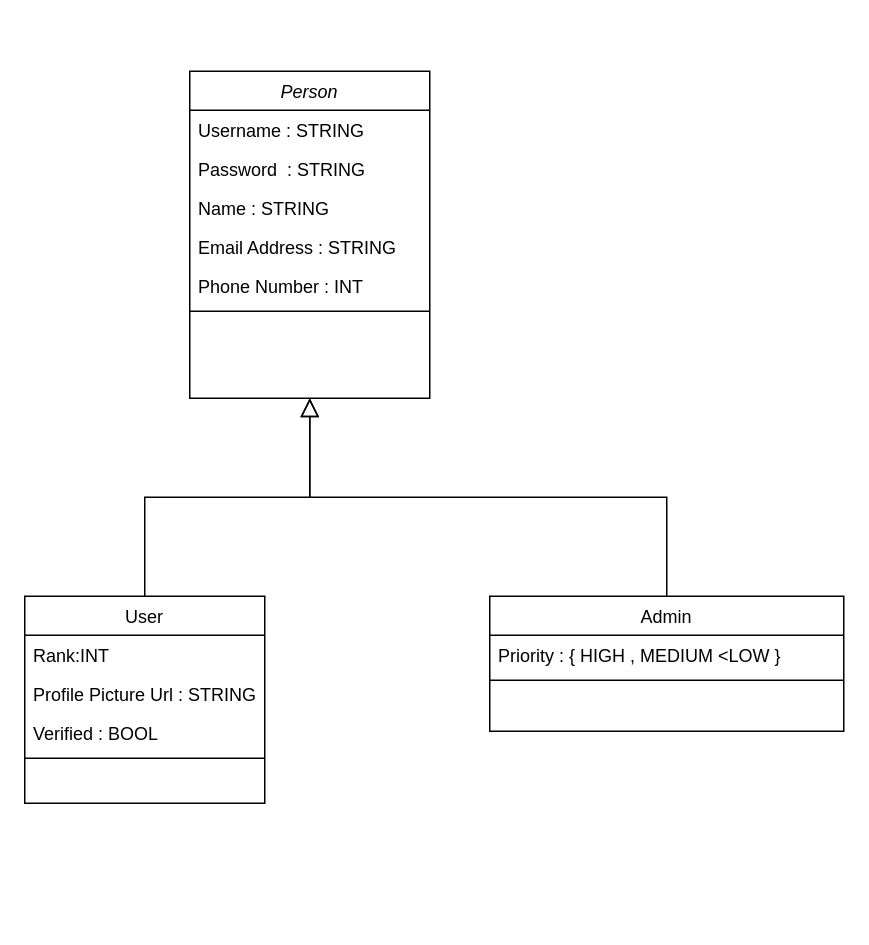
Above: TECH-COMMUNITY.drawio.xml in SS0809/diagrams.net (draw.io), before the change. Source tidied: cells renumbered, new cells numbered last; positions are measured from the earlier drawing's top-left corner, leaving out a move shared by most shapes. Both pictures are drawn from the tidied source at 150%, with x=0, y=0 at pixel (24, 70).
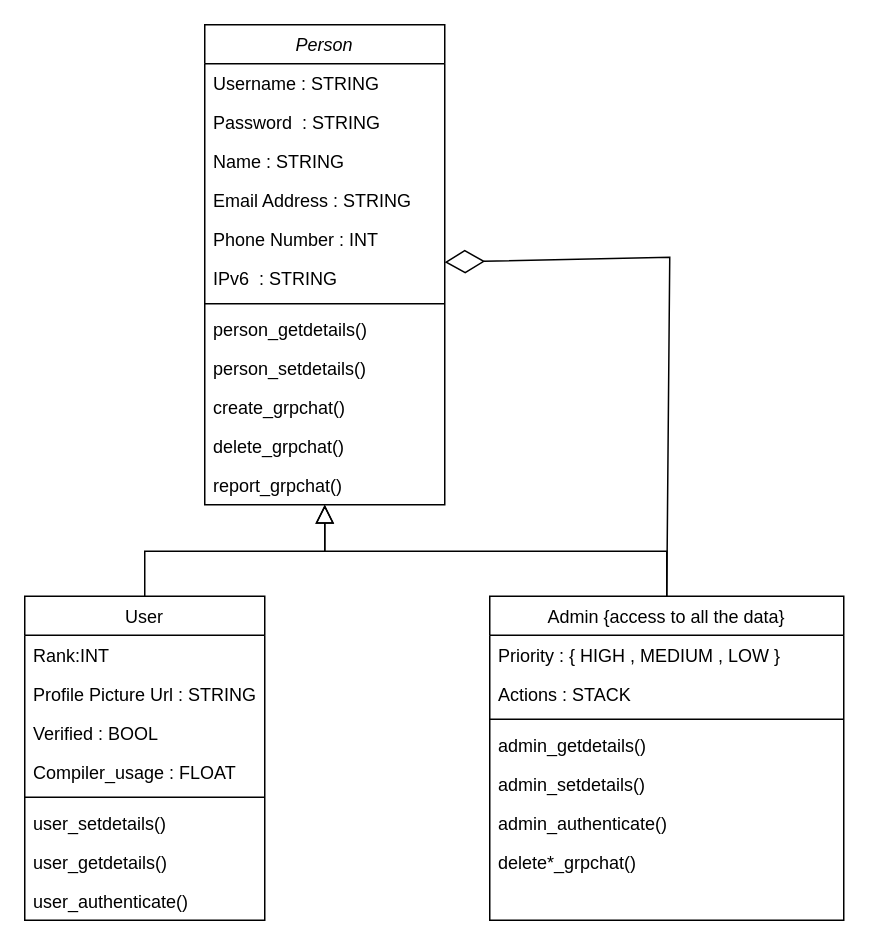
After the change.

The edit, as a diff of the source:
```diff
@@
     <mxCell id="2" value="Person" style="swimlane;fontStyle=2;align=center;verticalAlign=top;horizontal=1;startSize=26;rounded=0;shadow=0;strokeWidth=1;" parent="1" vertex="1">
-      <mxGeometry x="110" width="160" height="218" as="geometry" />
+      <mxGeometry x="120" y="-31" width="160" height="320" as="geometry" />
     </mxCell>
@@
+    <mxCell id="19" value="Phone Number : INT" style="text;align=left;verticalAlign=top;spacingLeft=4;spacingRight=4;overflow=hidden;rounded=0;shadow=0;html=0;" parent="2" vertex="1">
+      <mxGeometry y="130" width="160" height="26" as="geometry" />
+    </mxCell>
-    <mxCell id="7" value="Phone Number : INT" style="text;align=left;verticalAlign=top;spacingLeft=4;spacingRight=4;overflow=hidden;rounded=0;shadow=0;html=0;" parent="2" vertex="1">
-      <mxGeometry y="130" width="160" height="26" as="geometry" />
+    <mxCell id="7" value="IPv6  : STRING" style="text;align=left;verticalAlign=top;spacingLeft=4;spacingRight=4;overflow=hidden;rounded=0;shadow=0;html=0;" parent="2" vertex="1">
+      <mxGeometry y="156" width="160" height="26" as="geometry" />
     </mxCell>
     <mxCell id="8" style="line;html=1;strokeWidth=1;align=left;verticalAlign=middle;spacingTop=-1;spacingLeft=3;spacingRight=3;labelPosition=right;" parent="2" vertex="1">
-      <mxGeometry y="156" width="160" height="8" as="geometry" />
+      <mxGeometry y="182" width="160" height="8" as="geometry" />
     </mxCell>
+    <mxCell id="20" value="person_getdetails()" style="text;align=left;verticalAlign=top;spacingLeft=4;spacingRight=4;overflow=hidden;rounded=0;shadow=0;html=0;" parent="2" vertex="1">
+      <mxGeometry y="190" width="160" height="26" as="geometry" />
+    </mxCell>
+    <mxCell id="21" value="person_setdetails()" style="text;align=left;verticalAlign=top;spacingLeft=4;spacingRight=4;overflow=hidden;rounded=0;shadow=0;html=0;" parent="2" vertex="1">
+      <mxGeometry y="216" width="160" height="26" as="geometry" />
+    </mxCell>
+    <mxCell id="22" value="create_grpchat()" style="text;align=left;verticalAlign=top;spacingLeft=4;spacingRight=4;overflow=hidden;rounded=0;shadow=0;html=0;" parent="2" vertex="1">
+      <mxGeometry y="242" width="160" height="26" as="geometry" />
+    </mxCell>
+    <mxCell id="23" value="delete_grpchat()" style="text;align=left;verticalAlign=top;spacingLeft=4;spacingRight=4;overflow=hidden;rounded=0;shadow=0;html=0;" parent="2" vertex="1">
+      <mxGeometry y="268" width="160" height="26" as="geometry" />
+    </mxCell>
+    <mxCell id="24" value="report_grpchat()" style="text;align=left;verticalAlign=top;spacingLeft=4;spacingRight=4;overflow=hidden;rounded=0;shadow=0;html=0;" parent="2" vertex="1">
+      <mxGeometry y="294" width="160" height="26" as="geometry" />
+    </mxCell>
     <mxCell id="9" value="User" style="swimlane;fontStyle=0;align=center;verticalAlign=top;horizontal=1;startSize=26;rounded=0;shadow=0;strokeWidth=1;" parent="1" vertex="1">
-      <mxGeometry y="350" width="160" height="138" as="geometry" />
+      <mxGeometry y="350" width="160" height="216" as="geometry" />
     </mxCell>
@@
+    <mxCell id="25" value="Verified : BOOL " style="text;align=left;verticalAlign=top;spacingLeft=4;spacingRight=4;overflow=hidden;rounded=0;shadow=0;html=0;" parent="9" vertex="1">
+      <mxGeometry y="78" width="160" height="26" as="geometry" />
+    </mxCell>
-    <mxCell id="12" value="Verified : BOOL " style="text;align=left;verticalAlign=top;spacingLeft=4;spacingRight=4;overflow=hidden;rounded=0;shadow=0;html=0;" parent="9" vertex="1">
-      <mxGeometry y="78" width="160" height="26" as="geometry" />
+    <mxCell id="12" value="Compiler_usage : FLOAT" style="text;align=left;verticalAlign=top;spacingLeft=4;spacingRight=4;overflow=hidden;rounded=0;shadow=0;html=0;" parent="9" vertex="1">
+      <mxGeometry y="104" width="160" height="26" as="geometry" />
     </mxCell>
     <mxCell id="13" style="line;html=1;strokeWidth=1;align=left;verticalAlign=middle;spacingTop=-1;spacingLeft=3;spacingRight=3;labelPosition=right;" parent="9" vertex="1">
-      <mxGeometry y="104" width="160" height="8" as="geometry" />
+      <mxGeometry y="130" width="160" height="8" as="geometry" />
     </mxCell>
+    <mxCell id="26" value="user_setdetails()" style="text;align=left;verticalAlign=top;spacingLeft=4;spacingRight=4;overflow=hidden;rounded=0;shadow=0;html=0;" parent="9" vertex="1">
+      <mxGeometry y="138" width="160" height="26" as="geometry" />
+    </mxCell>
+    <mxCell id="27" value="user_getdetails()" style="text;align=left;verticalAlign=top;spacingLeft=4;spacingRight=4;overflow=hidden;rounded=0;shadow=0;html=0;" parent="9" vertex="1">
+      <mxGeometry y="164" width="160" height="26" as="geometry" />
+    </mxCell>
+    <mxCell id="28" value="user_authenticate()" style="text;align=left;verticalAlign=top;spacingLeft=4;spacingRight=4;overflow=hidden;rounded=0;shadow=0;html=0;" parent="9" vertex="1">
+      <mxGeometry y="190" width="160" height="26" as="geometry" />
+    </mxCell>
@@
-    <mxCell id="15" value="Admin" style="swimlane;fontStyle=0;align=center;verticalAlign=top;horizontal=1;startSize=26;rounded=0;shadow=0;strokeWidth=1;" parent="1" vertex="1">
-      <mxGeometry x="310" y="350" width="236" height="90" as="geometry" />
+    <mxCell id="15" value="Admin {access to all the data}" style="swimlane;fontStyle=0;align=center;verticalAlign=top;horizontal=1;startSize=26;rounded=0;shadow=0;strokeWidth=1;" parent="1" vertex="1">
+      <mxGeometry x="310" y="350" width="236" height="216" as="geometry" />
     </mxCell>
-    <mxCell id="16" value="Priority : { HIGH , MEDIUM &lt;LOW }" style="text;align=left;verticalAlign=top;spacingLeft=4;spacingRight=4;overflow=hidden;" parent="15" vertex="1">
+    <mxCell id="16" value="Priority : { HIGH , MEDIUM , LOW }" style="text;align=left;verticalAlign=top;spacingLeft=4;spacingRight=4;overflow=hidden;" parent="15" vertex="1">
       <mxGeometry y="26" width="236" height="26" as="geometry" />
     </mxCell>
+    <mxCell id="29" value="Actions : STACK" style="text;align=left;verticalAlign=top;spacingLeft=4;spacingRight=4;overflow=hidden;" parent="15" vertex="1">
+      <mxGeometry y="52" width="236" height="26" as="geometry" />
+    </mxCell>
     <mxCell id="17" style="line;html=1;strokeWidth=1;align=left;verticalAlign=middle;spacingTop=-1;spacingLeft=3;spacingRight=3;labelPosition=right;" parent="15" vertex="1">
-      <mxGeometry y="52" width="236" height="8" as="geometry" />
+      <mxGeometry y="78" width="236" height="8" as="geometry" />
     </mxCell>
+    <mxCell id="30" value="admin_getdetails()" style="text;align=left;verticalAlign=top;spacingLeft=4;spacingRight=4;overflow=hidden;rounded=0;shadow=0;html=0;" parent="15" vertex="1">
+      <mxGeometry y="86" width="236" height="26" as="geometry" />
+    </mxCell>
+    <mxCell id="31" value="admin_setdetails()" style="text;align=left;verticalAlign=top;spacingLeft=4;spacingRight=4;overflow=hidden;rounded=0;shadow=0;html=0;" parent="15" vertex="1">
+      <mxGeometry y="112" width="236" height="26" as="geometry" />
+    </mxCell>
+    <mxCell id="32" value="admin_authenticate()" style="text;align=left;verticalAlign=top;spacingLeft=4;spacingRight=4;overflow=hidden;rounded=0;shadow=0;html=0;" parent="15" vertex="1">
+      <mxGeometry y="138" width="236" height="26" as="geometry" />
+    </mxCell>
+    <mxCell id="33" value="delete*_grpchat()" style="text;align=left;verticalAlign=top;spacingLeft=4;spacingRight=4;overflow=hidden;rounded=0;shadow=0;html=0;" parent="15" vertex="1">
+      <mxGeometry y="164" width="236" height="26" as="geometry" />
+    </mxCell>
@@
+    <mxCell id="34" style="endArrow=diamondThin;endFill=0;endSize=24;html=1;rounded=0;exitX=0.5;exitY=0;exitDx=0;exitDy=0;" parent="1" edge="1" source="15" target="2">
+      <mxGeometry relative="1" as="geometry">
+        <Array as="points">
+          <mxPoint x="430" y="124" />
+        </Array>
+      </mxGeometry>
+    </mxCell>
```
